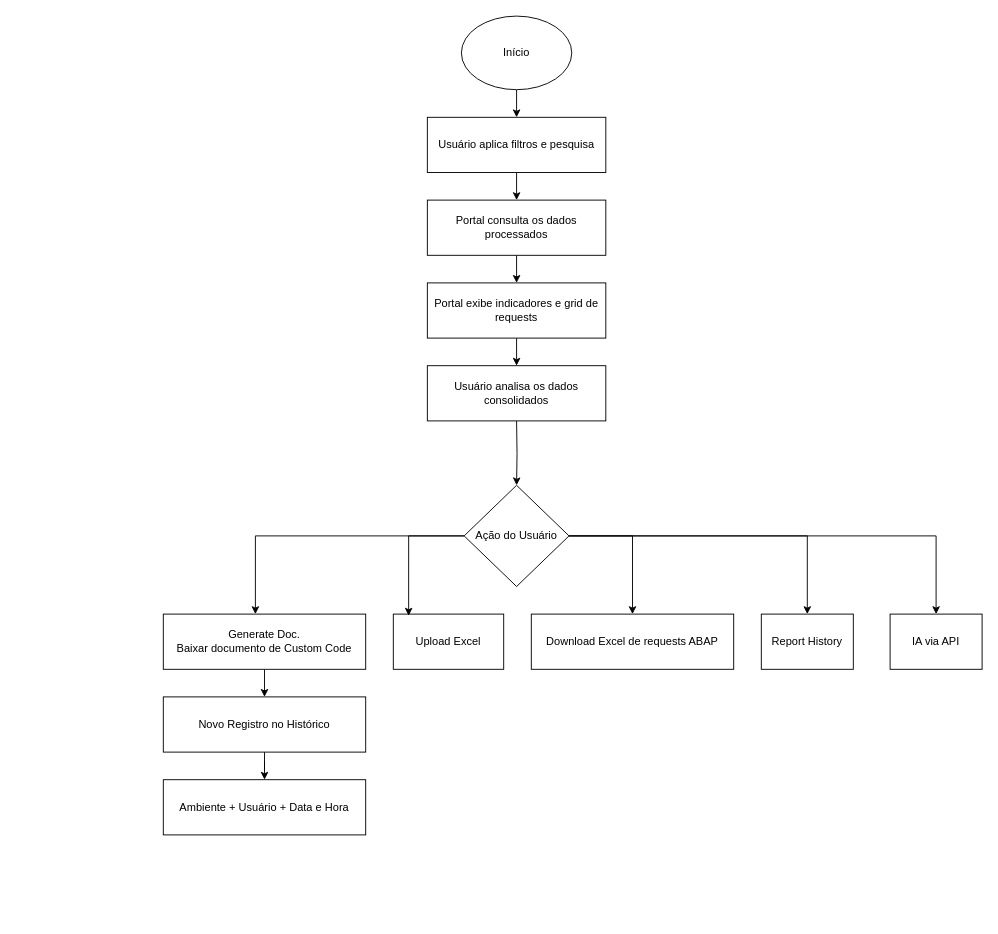
Before: Fluxograma Objects Remediation.drawio in CamilleGFAlmeida/Fluxograma-ObjectsRemediation, a draw.io diagram. Source tidied: cells renumbered, new cells numbered last; positions are measured from the earlier drawing's top-left corner, leaving out a move shared by most shapes. Both pictures are drawn from the tidied source at 92%, with x=0, y=0 at pixel (163, 16).
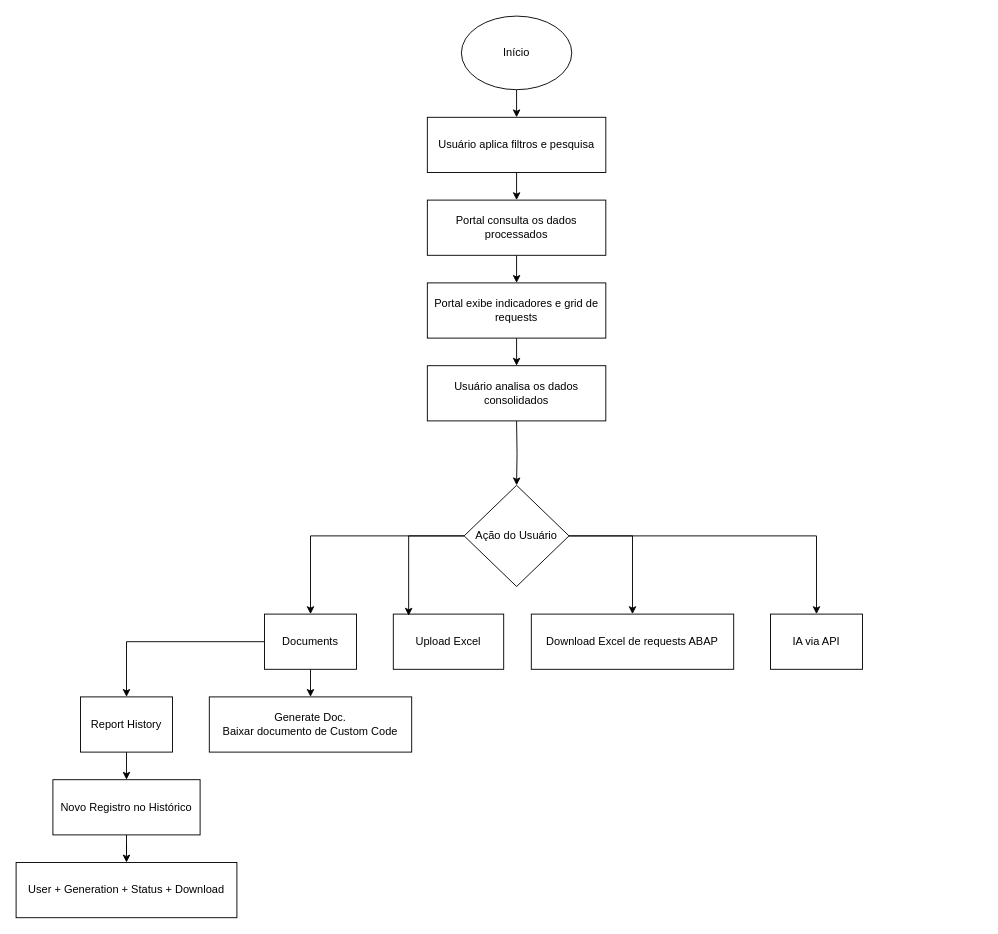
Above is the later version.

The change refers to these unchanged cells:
```xml
<mxCell id="15" value="Ação do Usuário" style="rhombus;whiteSpace=wrap;html=1;" parent="1" vertex="1">
  <mxGeometry x="327" y="510" width="114" height="110" as="geometry" />
</mxCell>
```

What changed in the source:
```diff
@@
-    <mxCell id="13" style="edgeStyle=orthogonalEdgeStyle;rounded=0;jettySize=auto;html=1;exitX=1;exitY=0.5;exitDx=0;exitDy=0;entryX=0.5;entryY=0;entryDx=0;entryDy=0;" parent="1" edge="1" source="15" target="20">
-      <mxGeometry relative="1" as="geometry" />
-    </mxCell>
@@
+    <mxCell id="27" style="edgeStyle=orthogonalEdgeStyle;rounded=0;jettySize=auto;html=1;exitX=0;exitY=0.5;exitDx=0;exitDy=0;entryX=0.5;entryY=0;entryDx=0;entryDy=0;" parent="1" edge="1" source="15" target="31">
+      <mxGeometry relative="1" as="geometry" />
+    </mxCell>
@@
-    <mxCell id="16" style="edgeStyle=orthogonalEdgeStyle;rounded=0;jettySize=auto;html=1;exitX=0.5;exitY=1;exitDx=0;exitDy=0;entryX=0.5;entryY=0;entryDx=0;entryDy=0;" parent="1" edge="1" source="17" target="25">
-      <mxGeometry relative="1" as="geometry" />
-    </mxCell>
     <mxCell id="17" value="Generate Doc.&lt;div&gt;Baixar documento de Custom Code&lt;/div&gt;" style="rounded=0;whiteSpace=wrap;html=1;" parent="1" vertex="1">
-      <mxGeometry y="650" width="220" height="60" as="geometry" />
+      <mxGeometry x="50" y="740" width="220" height="60" as="geometry" />
     </mxCell>
@@
+    <mxCell id="28" style="edgeStyle=orthogonalEdgeStyle;rounded=0;jettySize=auto;html=1;exitX=0.5;exitY=1;exitDx=0;exitDy=0;entryX=0.5;entryY=0;entryDx=0;entryDy=0;" parent="1" edge="1" source="20" target="25">
+      <mxGeometry relative="1" as="geometry" />
+    </mxCell>
     <mxCell id="20" value="Report History" style="rounded=0;whiteSpace=wrap;html=1;" parent="1" vertex="1">
-      <mxGeometry x="650" y="650" width="100" height="60" as="geometry" />
+      <mxGeometry x="-90" y="740" width="100" height="60" as="geometry" />
     </mxCell>
-    <mxCell id="21" style="edgeStyle=orthogonalEdgeStyle;rounded=0;jettySize=auto;html=1;exitX=0;exitY=0.5;exitDx=0;exitDy=0;entryX=0.455;entryY=0;entryDx=0;entryDy=0;entryPerimeter=0;" parent="1" edge="1" source="15" target="17">
-      <mxGeometry relative="1" as="geometry" />
-    </mxCell>
@@
     <mxCell id="23" value="IA via API" style="rounded=0;whiteSpace=wrap;html=1;" parent="1" vertex="1">
-      <mxGeometry x="790" y="650" width="100" height="60" as="geometry" />
+      <mxGeometry x="660" y="650" width="100" height="60" as="geometry" />
     </mxCell>
@@
     <mxCell id="25" value="Novo Registro no Histórico" style="rounded=0;whiteSpace=wrap;html=1;" parent="1" vertex="1">
-      <mxGeometry y="740" width="220" height="60" as="geometry" />
+      <mxGeometry x="-120" y="830" width="160" height="60" as="geometry" />
     </mxCell>
-    <mxCell id="26" value="Ambiente + Usuário + Data e Hora" style="rounded=0;whiteSpace=wrap;html=1;" parent="1" vertex="1">
-      <mxGeometry y="830" width="220" height="60" as="geometry" />
+    <mxCell id="26" value="User + Generation + Status + Download" style="rounded=0;whiteSpace=wrap;html=1;" parent="1" vertex="1">
+      <mxGeometry x="-160" y="920" width="240" height="60" as="geometry" />
     </mxCell>
+    <mxCell id="29" style="edgeStyle=orthogonalEdgeStyle;rounded=0;jettySize=auto;html=1;exitX=0;exitY=0.5;exitDx=0;exitDy=0;" parent="1" edge="1" source="31" target="20">
+      <mxGeometry relative="1" as="geometry" />
+    </mxCell>
+    <mxCell id="30" style="edgeStyle=orthogonalEdgeStyle;rounded=0;jettySize=auto;html=1;exitX=0.5;exitY=1;exitDx=0;exitDy=0;entryX=0.5;entryY=0;entryDx=0;entryDy=0;" parent="1" edge="1" source="31" target="17">
+      <mxGeometry relative="1" as="geometry" />
+    </mxCell>
+    <mxCell id="31" value="Documents" style="rounded=0;whiteSpace=wrap;html=1;" parent="1" vertex="1">
+      <mxGeometry x="110" y="650" width="100" height="60" as="geometry" />
+    </mxCell>
```
